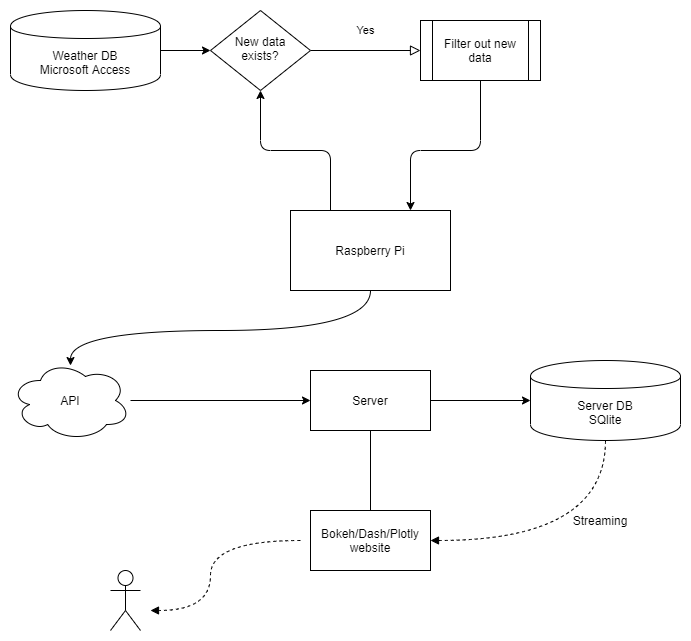
Earlier version of the draw.io export doc/flowchart.png (johannesocean/weather-rpi). Source tidied: cells renumbered, new cells last; positions are measured from the earlier drawing's top-left corner, leaving out a move shared by most shapes.
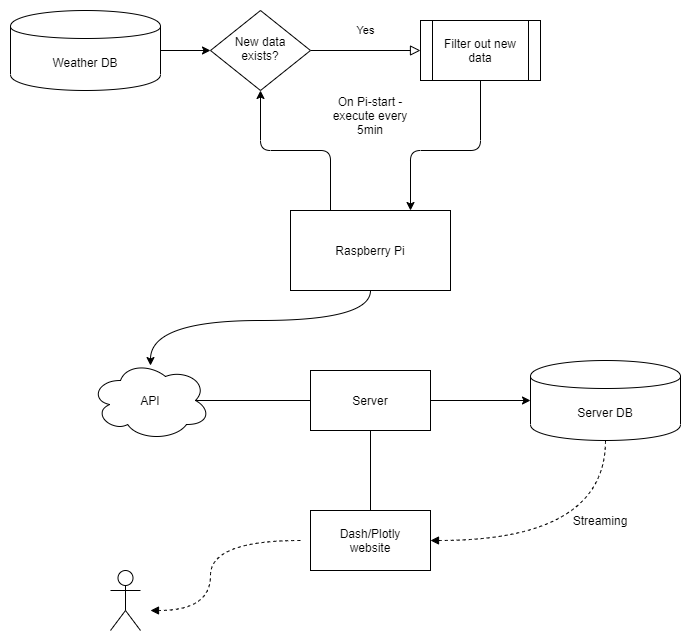
After the commit.

The edit, as a diff of the source:
```diff
@@ -11,7 +11,7 @@
     <mxCell id="4" style="edgeStyle=orthogonalEdgeStyle;rounded=0;jettySize=auto;html=1;entryX=0;entryY=0.5;entryDx=0;entryDy=0;" parent="1" edge="1" source="5" target="3">
       <mxGeometry relative="1" as="geometry" />
     </mxCell>
-    <mxCell id="5" value="Weather DB&lt;br&gt;Microsoft Access" style="shape=cylinder;whiteSpace=wrap;html=1;boundedLbl=1;backgroundOutline=1;" parent="1" vertex="1">
+    <mxCell id="5" value="Weather DB" style="shape=cylinder;whiteSpace=wrap;html=1;boundedLbl=1;backgroundOutline=1;" parent="1" vertex="1">
       <mxGeometry width="150" height="80" as="geometry" />
     </mxCell>
     <mxCell id="6" style="edgeStyle=orthogonalEdgeStyle;rounded=1;jettySize=auto;html=1;entryX=0.5;entryY=1;entryDx=0;entryDy=0;exitX=0.25;exitY=0;exitDx=0;exitDy=0;" parent="1" edge="1" source="7" target="3">
@@ -25,17 +25,17 @@
     <mxCell id="7" value="Raspberry Pi" style="rounded=0;whiteSpace=wrap;html=1;" parent="1" vertex="1">
       <mxGeometry x="280" y="200" width="160" height="80" as="geometry" />
     </mxCell>
-    <mxCell id="8" style="edgeStyle=orthogonalEdgeStyle;curved=1;rounded=0;jettySize=auto;html=1;entryX=0;entryY=0.5;entryDx=0;entryDy=0;" parent="1" edge="1" source="9" target="15">
+    <mxCell id="8" style="edgeStyle=orthogonalEdgeStyle;curved=1;rounded=0;jettySize=auto;html=1;entryX=0;entryY=0.5;entryDx=0;entryDy=0;endArrow=none;endFill=0;exitX=0.875;exitY=0.5;exitDx=0;exitDy=0;exitPerimeter=0;" parent="1" edge="1" source="9" target="15">
       <mxGeometry relative="1" as="geometry" />
     </mxCell>
     <mxCell id="9" value="API" style="ellipse;shape=cloud;whiteSpace=wrap;html=1;" parent="1" vertex="1">
-      <mxGeometry y="350" width="120" height="80" as="geometry" />
+      <mxGeometry x="80" y="350" width="120" height="80" as="geometry" />
     </mxCell>
     <mxCell id="10" style="endArrow=none;startArrow=classic;html=1;exitX=0.5;exitY=0.063;exitDx=0;exitDy=0;exitPerimeter=0;entryX=0.5;entryY=1;entryDx=0;entryDy=0;edgeStyle=orthogonalEdgeStyle;curved=1;endFill=0;" parent="1" edge="1" source="9" target="7">
       <mxGeometry relative="1" as="geometry">
         <Array as="points">
-          <mxPoint x="60" y="320" />
-          <mxPoint x="360" y="320" />
+          <mxPoint x="140" y="310" />
+          <mxPoint x="360" y="310" />
         </Array>
       </mxGeometry>
     </mxCell>
@@ -62,10 +62,10 @@
     <mxCell id="16" style="edgeStyle=orthogonalEdgeStyle;curved=1;rounded=0;jettySize=auto;html=1;dashed=1;startArrow=block;startFill=1;endArrow=none;endFill=0;" parent="1" edge="1" source="17" target="18">
       <mxGeometry relative="1" as="geometry" />
     </mxCell>
-    <mxCell id="17" value="Bokeh/Dash/Plotly&lt;br&gt;website" style="rounded=0;whiteSpace=wrap;html=1;" parent="1" vertex="1">
+    <mxCell id="17" value="Dash/Plotly&lt;br&gt;website" style="rounded=0;whiteSpace=wrap;html=1;" parent="1" vertex="1">
       <mxGeometry x="300" y="500" width="120" height="60" as="geometry" />
     </mxCell>
-    <mxCell id="18" value="Server DB&lt;br&gt;SQlite" style="shape=cylinder;whiteSpace=wrap;html=1;boundedLbl=1;backgroundOutline=1;" parent="1" vertex="1">
+    <mxCell id="18" value="Server DB" style="shape=cylinder;whiteSpace=wrap;html=1;boundedLbl=1;backgroundOutline=1;" parent="1" vertex="1">
       <mxGeometry x="520" y="350" width="150" height="80" as="geometry" />
     </mxCell>
     <mxCell id="19" value="Streaming" style="text;html=1;strokeColor=none;fillColor=none;align=center;verticalAlign=middle;whiteSpace=wrap;rounded=0;" parent="1" vertex="1">
@@ -84,5 +84,8 @@
     <mxCell id="21" style="shape=umlActor;verticalLabelPosition=bottom;labelBackgroundColor=#ffffff;verticalAlign=top;html=1;" parent="1" vertex="1">
       <mxGeometry x="100" y="560" width="30" height="60" as="geometry" />
     </mxCell>
+    <mxCell id="22" value="On Pi-start -&lt;br&gt;execute every 5min" style="text;html=1;strokeColor=none;fillColor=none;align=center;verticalAlign=middle;whiteSpace=wrap;rounded=0;" parent="1" vertex="1">
+      <mxGeometry x="315" y="80" width="90" height="50" as="geometry" />
+    </mxCell>
   </root>
 </mxGraphModel>
```
